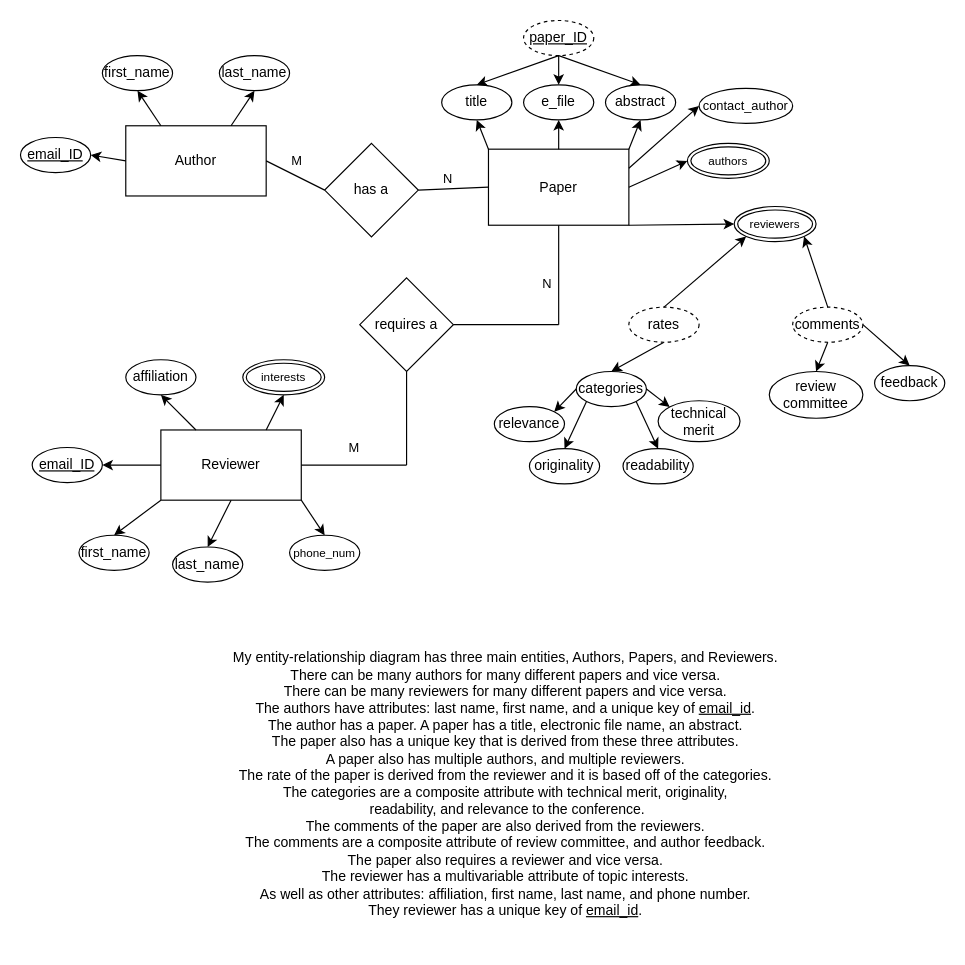
Above: Untitled Diagram.drawio in Jkouj/CSC_436 (draw.io), before the change. Source tidied: cells renumbered, new cells numbered last; positions are measured from the earlier drawing's top-left corner, leaving out a move shared by most shapes. Both pictures are drawn from the tidied source at 117%, with x=0, y=0 at pixel (20, 20).
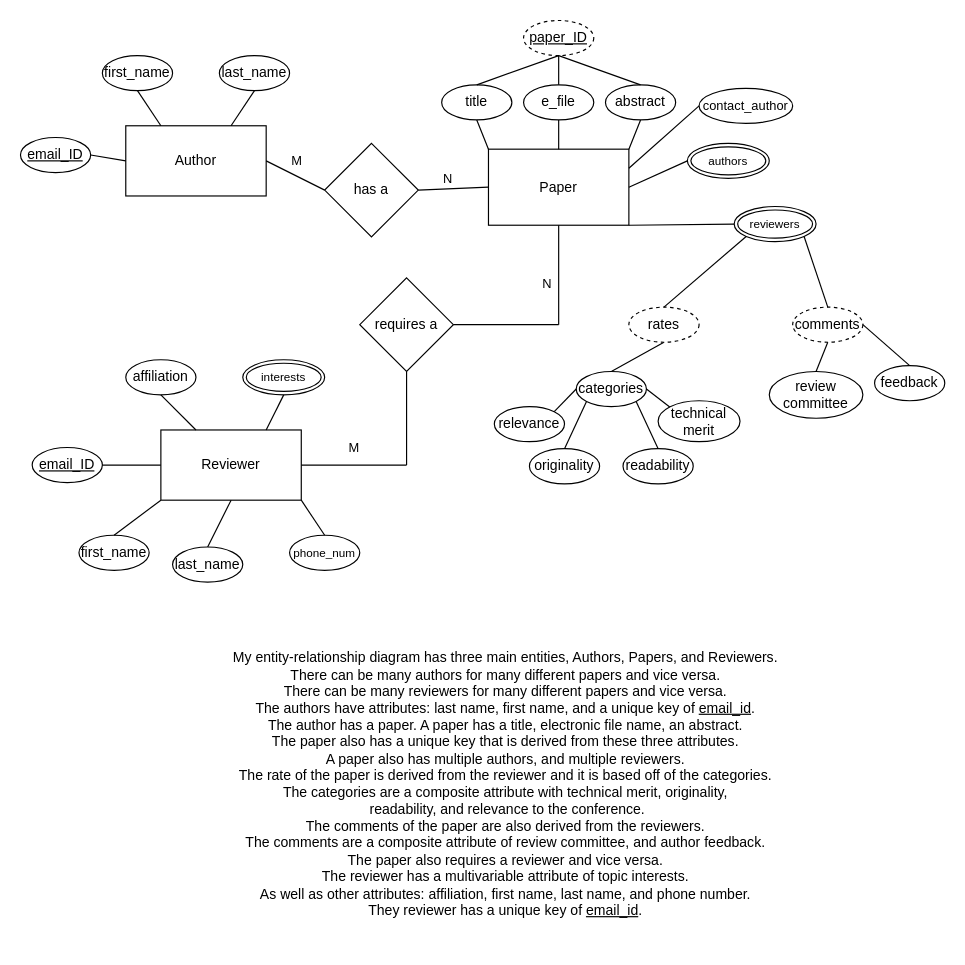
The same diagram, later.

The change refers to these unchanged cells:
```xml
<mxCell id="2" value="Author" style="rounded=0;whiteSpace=wrap;html=1;" parent="1" vertex="1">
<mxCell id="3" value="&lt;u&gt;email_ID&lt;/u&gt;" style="ellipse;whiteSpace=wrap;html=1;" parent="1" vertex="1">
<mxCell id="4" value="first_name" style="ellipse;whiteSpace=wrap;html=1;" parent="1" vertex="1">
<mxCell id="5" value="last_name" style="ellipse;whiteSpace=wrap;html=1;" parent="1" vertex="1">
<mxCell id="7" value="Paper" style="rounded=0;whiteSpace=wrap;html=1;" parent="1" vertex="1">
<mxCell id="8" value="abstract" style="ellipse;whiteSpace=wrap;html=1;" parent="1" vertex="1">
<mxCell id="9" value="title" style="ellipse;whiteSpace=wrap;html=1;" parent="1" vertex="1">
<mxCell id="10" value="e_file" style="ellipse;whiteSpace=wrap;html=1;" parent="1" vertex="1">
<mxCell id="11" value="&lt;u&gt;paper_ID&lt;/u&gt;" style="ellipse;whiteSpace=wrap;html=1;dashed=1;" parent="1" vertex="1">
<mxCell id="18" value="Reviewer" style="rounded=0;whiteSpace=wrap;html=1;" parent="1" vertex="1">
<mxCell id="20" value="&lt;u&gt;email_ID&lt;/u&gt;" style="ellipse;whiteSpace=wrap;html=1;" parent="1" vertex="1">
<mxCell id="21" value="first_name" style="ellipse;whiteSpace=wrap;html=1;" parent="1" vertex="1">
<mxCell id="22" value="&lt;font style=&quot;font-size: 10px;&quot;&gt;phone_num&lt;/font&gt;" style="ellipse;whiteSpace=wrap;html=1;" parent="1" vertex="1">
<mxCell id="23" value="last_name" style="ellipse;whiteSpace=wrap;html=1;" parent="1" vertex="1">
<mxCell id="24" value="affiliation" style="ellipse;whiteSpace=wrap;html=1;" parent="1" vertex="1">
<mxCell id="25" value="interests" style="ellipse;shape=doubleEllipse;margin=3;whiteSpace=wrap;html=1;align=center;fontSize=10;" parent="1" vertex="1">
<mxCell id="26" value="reviewers" style="ellipse;shape=doubleEllipse;margin=3;whiteSpace=wrap;html=1;align=center;fontSize=10;" parent="1" vertex="1">
<mxCell id="27" value="authors" style="ellipse;shape=doubleEllipse;margin=3;whiteSpace=wrap;html=1;align=center;fontSize=10;" parent="1" vertex="1">
<mxCell id="28" value="&lt;font style=&quot;font-size: 11px;&quot;&gt;contact_author&lt;/font&gt;" style="ellipse;whiteSpace=wrap;html=1;" parent="1" vertex="1">
<mxCell id="33" value="rates" style="ellipse;whiteSpace=wrap;html=1;dashed=1;" parent="1" vertex="1">
<mxCell id="34" value="categories" style="ellipse;whiteSpace=wrap;html=1;" parent="1" vertex="1">
<mxCell id="35" value="readability" style="ellipse;whiteSpace=wrap;html=1;" parent="1" vertex="1">
<mxCell id="36" value="originality" style="ellipse;whiteSpace=wrap;html=1;" parent="1" vertex="1">
<mxCell id="37" value="relevance" style="ellipse;whiteSpace=wrap;html=1;" parent="1" vertex="1">
<mxCell id="38" value="technical merit" style="ellipse;whiteSpace=wrap;html=1;" parent="1" vertex="1">
<mxCell id="46" value="comments" style="ellipse;whiteSpace=wrap;html=1;dashed=1;" parent="1" vertex="1">
<mxCell id="47" value="review committee" style="ellipse;whiteSpace=wrap;html=1;" parent="1" vertex="1">
<mxCell id="48" value="feedback" style="ellipse;whiteSpace=wrap;html=1;" parent="1" vertex="1">
```

What changed in the source:
```diff
@@
-    <mxCell id="12" style="endArrow=classic;html=1;rounded=0;exitX=0.5;exitY=1;exitDx=0;exitDy=0;entryX=0.5;entryY=0;entryDx=0;entryDy=0;" parent="1" edge="1" source="11" target="9">
+    <mxCell id="12" style="endArrow=none;html=1;rounded=0;exitX=0.5;exitY=1;exitDx=0;exitDy=0;entryX=0.5;entryY=0;entryDx=0;entryDy=0;endFill=0;" parent="1" edge="1" source="11" target="9">
       <mxGeometry relative="1" as="geometry" />
     </mxCell>
-    <mxCell id="13" style="endArrow=classic;html=1;rounded=0;exitX=0.5;exitY=1;exitDx=0;exitDy=0;entryX=0.5;entryY=0;entryDx=0;entryDy=0;" parent="1" edge="1" source="11" target="10">
+    <mxCell id="13" style="endArrow=none;html=1;rounded=0;exitX=0.5;exitY=1;exitDx=0;exitDy=0;entryX=0.5;entryY=0;entryDx=0;entryDy=0;endFill=0;" parent="1" edge="1" source="11" target="10">
       <mxGeometry relative="1" as="geometry" />
     </mxCell>
-    <mxCell id="14" style="endArrow=classic;html=1;rounded=0;exitX=0.5;exitY=1;exitDx=0;exitDy=0;entryX=0.5;entryY=0;entryDx=0;entryDy=0;" parent="1" edge="1" source="11" target="8">
+    <mxCell id="14" style="endArrow=none;html=1;rounded=0;exitX=0.5;exitY=1;exitDx=0;exitDy=0;entryX=0.5;entryY=0;entryDx=0;entryDy=0;endFill=0;" parent="1" edge="1" source="11" target="8">
       <mxGeometry relative="1" as="geometry" />
     </mxCell>
-    <mxCell id="15" style="edgeStyle=none;jettySize=auto;html=1;rounded=0;exitX=1;exitY=0;exitDx=0;exitDy=0;entryX=0.5;entryY=1;entryDx=0;entryDy=0;" parent="1" edge="1" source="7" target="8">
+    <mxCell id="15" style="edgeStyle=none;jettySize=auto;html=1;rounded=0;exitX=1;exitY=0;exitDx=0;exitDy=0;entryX=0.5;entryY=1;entryDx=0;entryDy=0;endArrow=none;endFill=0;" parent="1" edge="1" source="7" target="8">
       <mxGeometry relative="1" as="geometry" />
     </mxCell>
-    <mxCell id="16" style="edgeStyle=none;jettySize=auto;html=1;rounded=0;exitX=0.5;exitY=0;exitDx=0;exitDy=0;entryX=0.5;entryY=1;entryDx=0;entryDy=0;" parent="1" edge="1" source="7" target="10">
+    <mxCell id="16" style="edgeStyle=none;jettySize=auto;html=1;rounded=0;exitX=0.5;exitY=0;exitDx=0;exitDy=0;entryX=0.5;entryY=1;entryDx=0;entryDy=0;endArrow=none;endFill=0;" parent="1" edge="1" source="7" target="10">
       <mxGeometry relative="1" as="geometry" />
     </mxCell>
-    <mxCell id="17" style="edgeStyle=none;jettySize=auto;html=1;rounded=0;entryX=0.5;entryY=1;entryDx=0;entryDy=0;exitX=0;exitY=0;exitDx=0;exitDy=0;" parent="1" edge="1" source="7" target="9">
+    <mxCell id="17" style="edgeStyle=none;jettySize=auto;html=1;rounded=0;entryX=0.5;entryY=1;entryDx=0;entryDy=0;exitX=0;exitY=0;exitDx=0;exitDy=0;endArrow=none;endFill=0;" parent="1" edge="1" source="7" target="9">
       <mxGeometry relative="1" as="geometry" />
     </mxCell>
@@
-    <mxCell id="29" style="edgeStyle=none;jettySize=auto;html=1;rounded=0;fontSize=11;exitX=1;exitY=0.25;exitDx=0;exitDy=0;entryX=0;entryY=0.5;entryDx=0;entryDy=0;" parent="1" edge="1" source="7" target="28">
+    <mxCell id="29" style="edgeStyle=none;jettySize=auto;html=1;rounded=0;fontSize=11;exitX=1;exitY=0.25;exitDx=0;exitDy=0;entryX=0;entryY=0.5;entryDx=0;entryDy=0;endArrow=none;endFill=0;" parent="1" edge="1" source="7" target="28">
       <mxGeometry relative="1" as="geometry" />
     </mxCell>
-    <mxCell id="30" style="edgeStyle=none;jettySize=auto;html=1;rounded=0;fontSize=11;exitX=1;exitY=0.5;exitDx=0;exitDy=0;entryX=0;entryY=0.5;entryDx=0;entryDy=0;" parent="1" edge="1" source="7" target="27">
+    <mxCell id="30" style="edgeStyle=none;jettySize=auto;html=1;rounded=0;fontSize=11;exitX=1;exitY=0.5;exitDx=0;exitDy=0;entryX=0;entryY=0.5;entryDx=0;entryDy=0;endArrow=none;endFill=0;" parent="1" edge="1" source="7" target="27">
       <mxGeometry relative="1" as="geometry" />
     </mxCell>
-    <mxCell id="31" style="edgeStyle=none;jettySize=auto;html=1;rounded=0;fontSize=11;exitX=1;exitY=1;exitDx=0;exitDy=0;entryX=0;entryY=0.5;entryDx=0;entryDy=0;" parent="1" edge="1" source="7" target="26">
+    <mxCell id="31" style="edgeStyle=none;jettySize=auto;html=1;rounded=0;fontSize=11;exitX=1;exitY=1;exitDx=0;exitDy=0;entryX=0;entryY=0.5;entryDx=0;entryDy=0;endArrow=none;endFill=0;" parent="1" edge="1" source="7" target="26">
       <mxGeometry relative="1" as="geometry" />
     </mxCell>
-    <mxCell id="32" style="edgeStyle=none;jettySize=auto;html=1;rounded=0;fontSize=11;entryX=0.5;entryY=0;entryDx=0;entryDy=0;exitX=0.5;exitY=1;exitDx=0;exitDy=0;" parent="1" edge="1" source="33" target="34">
+    <mxCell id="32" style="edgeStyle=none;jettySize=auto;html=1;rounded=0;fontSize=11;entryX=0.5;entryY=0;entryDx=0;entryDy=0;exitX=0.5;exitY=1;exitDx=0;exitDy=0;endArrow=none;endFill=0;" parent="1" edge="1" source="33" target="34">
       <mxGeometry relative="1" as="geometry" />
     </mxCell>
@@
-    <mxCell id="39" style="edgeStyle=none;jettySize=auto;html=1;rounded=0;fontSize=11;exitX=0;exitY=0.5;exitDx=0;exitDy=0;entryX=1;entryY=0;entryDx=0;entryDy=0;" parent="1" edge="1" source="34" target="37">
+    <mxCell id="39" style="edgeStyle=none;jettySize=auto;html=1;rounded=0;fontSize=11;exitX=0;exitY=0.5;exitDx=0;exitDy=0;entryX=1;entryY=0;entryDx=0;entryDy=0;endArrow=none;endFill=0;" parent="1" edge="1" source="34" target="37">
       <mxGeometry relative="1" as="geometry" />
     </mxCell>
-    <mxCell id="40" style="edgeStyle=none;jettySize=auto;html=1;rounded=0;fontSize=11;exitX=1;exitY=1;exitDx=0;exitDy=0;entryX=0.5;entryY=0;entryDx=0;entryDy=0;" parent="1" edge="1" source="34" target="35">
+    <mxCell id="40" style="edgeStyle=none;jettySize=auto;html=1;rounded=0;fontSize=11;exitX=1;exitY=1;exitDx=0;exitDy=0;entryX=0.5;entryY=0;entryDx=0;entryDy=0;endArrow=none;endFill=0;" parent="1" edge="1" source="34" target="35">
       <mxGeometry relative="1" as="geometry" />
     </mxCell>
-    <mxCell id="41" style="edgeStyle=none;jettySize=auto;html=1;rounded=0;fontSize=11;exitX=0;exitY=1;exitDx=0;exitDy=0;entryX=0.5;entryY=0;entryDx=0;entryDy=0;" parent="1" edge="1" source="34" target="36">
+    <mxCell id="41" style="edgeStyle=none;jettySize=auto;html=1;rounded=0;fontSize=11;exitX=0;exitY=1;exitDx=0;exitDy=0;entryX=0.5;entryY=0;entryDx=0;entryDy=0;endArrow=none;endFill=0;" parent="1" edge="1" source="34" target="36">
       <mxGeometry relative="1" as="geometry" />
     </mxCell>
-    <mxCell id="42" style="edgeStyle=none;jettySize=auto;html=1;rounded=0;fontSize=11;exitX=1;exitY=0.5;exitDx=0;exitDy=0;entryX=0;entryY=0;entryDx=0;entryDy=0;" parent="1" edge="1" source="34" target="38">
+    <mxCell id="42" style="edgeStyle=none;jettySize=auto;html=1;rounded=0;fontSize=11;exitX=1;exitY=0.5;exitDx=0;exitDy=0;entryX=0;entryY=0;entryDx=0;entryDy=0;endArrow=none;endFill=0;" parent="1" edge="1" source="34" target="38">
       <mxGeometry relative="1" as="geometry" />
     </mxCell>
-    <mxCell id="43" style="edgeStyle=none;jettySize=auto;html=1;rounded=0;fontSize=11;exitX=0;exitY=0.5;exitDx=0;exitDy=0;entryX=1;entryY=0.5;entryDx=0;entryDy=0;" parent="1" edge="1" source="2" target="3">
+    <mxCell id="43" style="edgeStyle=none;jettySize=auto;html=1;rounded=0;fontSize=11;exitX=0;exitY=0.5;exitDx=0;exitDy=0;entryX=1;entryY=0.5;entryDx=0;entryDy=0;endArrow=none;endFill=0;" parent="1" edge="1" source="2" target="3">
       <mxGeometry relative="1" as="geometry" />
     </mxCell>
-    <mxCell id="44" style="edgeStyle=none;jettySize=auto;html=1;rounded=0;fontSize=11;exitX=0.25;exitY=0;exitDx=0;exitDy=0;entryX=0.5;entryY=1;entryDx=0;entryDy=0;" parent="1" edge="1" source="2" target="4">
+    <mxCell id="44" style="edgeStyle=none;jettySize=auto;html=1;rounded=0;fontSize=11;exitX=0.25;exitY=0;exitDx=0;exitDy=0;entryX=0.5;entryY=1;entryDx=0;entryDy=0;endArrow=none;endFill=0;" parent="1" edge="1" source="2" target="4">
       <mxGeometry relative="1" as="geometry" />
     </mxCell>
-    <mxCell id="45" style="edgeStyle=none;jettySize=auto;html=1;rounded=0;fontSize=11;exitX=0.75;exitY=0;exitDx=0;exitDy=0;entryX=0.5;entryY=1;entryDx=0;entryDy=0;" parent="1" edge="1" source="2" target="5">
+    <mxCell id="45" style="edgeStyle=none;jettySize=auto;html=1;rounded=0;fontSize=11;exitX=0.75;exitY=0;exitDx=0;exitDy=0;entryX=0.5;entryY=1;entryDx=0;entryDy=0;endArrow=none;endFill=0;" parent="1" edge="1" source="2" target="5">
       <mxGeometry relative="1" as="geometry" />
     </mxCell>
@@
-    <mxCell id="49" style="edgeStyle=none;jettySize=auto;html=1;rounded=0;fontSize=11;exitX=0.5;exitY=1;exitDx=0;exitDy=0;entryX=0.5;entryY=0;entryDx=0;entryDy=0;" parent="1" edge="1" source="46" target="47">
+    <mxCell id="49" style="edgeStyle=none;jettySize=auto;html=1;rounded=0;fontSize=11;exitX=0.5;exitY=1;exitDx=0;exitDy=0;entryX=0.5;entryY=0;entryDx=0;entryDy=0;endArrow=none;endFill=0;" parent="1" edge="1" source="46" target="47">
       <mxGeometry relative="1" as="geometry" />
     </mxCell>
-    <mxCell id="50" style="edgeStyle=none;jettySize=auto;html=1;rounded=0;fontSize=11;exitX=1;exitY=0.5;exitDx=0;exitDy=0;entryX=0.5;entryY=0;entryDx=0;entryDy=0;" parent="1" edge="1" source="46" target="48">
+    <mxCell id="50" style="edgeStyle=none;jettySize=auto;html=1;rounded=0;fontSize=11;exitX=1;exitY=0.5;exitDx=0;exitDy=0;entryX=0.5;entryY=0;entryDx=0;entryDy=0;endArrow=none;endFill=0;" parent="1" edge="1" source="46" target="48">
       <mxGeometry relative="1" as="geometry" />
     </mxCell>
@@
-    <mxCell id="62" style="edgeStyle=none;jettySize=auto;html=1;rounded=0;exitX=1;exitY=1;exitDx=0;exitDy=0;entryX=0.5;entryY=0;entryDx=0;entryDy=0;" parent="1" edge="1" source="18" target="22">
+    <mxCell id="62" style="edgeStyle=none;jettySize=auto;html=1;rounded=0;exitX=1;exitY=1;exitDx=0;exitDy=0;entryX=0.5;entryY=0;entryDx=0;entryDy=0;endArrow=none;endFill=0;" parent="1" edge="1" source="18" target="22">
       <mxGeometry relative="1" as="geometry" />
     </mxCell>
-    <mxCell id="63" style="edgeStyle=none;jettySize=auto;html=1;rounded=0;exitX=0.5;exitY=1;exitDx=0;exitDy=0;entryX=0.5;entryY=0;entryDx=0;entryDy=0;" parent="1" edge="1" source="18" target="23">
+    <mxCell id="63" style="edgeStyle=none;jettySize=auto;html=1;rounded=0;exitX=0.5;exitY=1;exitDx=0;exitDy=0;entryX=0.5;entryY=0;entryDx=0;entryDy=0;endArrow=none;endFill=0;" parent="1" edge="1" source="18" target="23">
       <mxGeometry relative="1" as="geometry" />
     </mxCell>
-    <mxCell id="64" style="edgeStyle=none;jettySize=auto;html=1;rounded=0;exitX=0;exitY=1;exitDx=0;exitDy=0;entryX=0.5;entryY=0;entryDx=0;entryDy=0;" parent="1" edge="1" source="18" target="21">
+    <mxCell id="64" style="edgeStyle=none;jettySize=auto;html=1;rounded=0;exitX=0;exitY=1;exitDx=0;exitDy=0;entryX=0.5;entryY=0;entryDx=0;entryDy=0;endArrow=none;endFill=0;" parent="1" edge="1" source="18" target="21">
       <mxGeometry relative="1" as="geometry" />
     </mxCell>
-    <mxCell id="65" style="edgeStyle=none;jettySize=auto;html=1;rounded=0;exitX=0;exitY=0.5;exitDx=0;exitDy=0;entryX=1;entryY=0.5;entryDx=0;entryDy=0;" parent="1" edge="1" source="18" target="20">
+    <mxCell id="65" style="edgeStyle=none;jettySize=auto;html=1;rounded=0;exitX=0;exitY=0.5;exitDx=0;exitDy=0;entryX=1;entryY=0.5;entryDx=0;entryDy=0;endArrow=none;endFill=0;" parent="1" edge="1" source="18" target="20">
       <mxGeometry relative="1" as="geometry" />
     </mxCell>
-    <mxCell id="66" style="edgeStyle=none;jettySize=auto;html=1;rounded=0;entryX=0.5;entryY=1;entryDx=0;entryDy=0;exitX=0.25;exitY=0;exitDx=0;exitDy=0;" parent="1" edge="1" source="18" target="24">
+    <mxCell id="66" style="edgeStyle=none;jettySize=auto;html=1;rounded=0;entryX=0.5;entryY=1;entryDx=0;entryDy=0;exitX=0.25;exitY=0;exitDx=0;exitDy=0;endArrow=none;endFill=0;" parent="1" edge="1" source="18" target="24">
       <mxGeometry relative="1" as="geometry" />
     </mxCell>
-    <mxCell id="67" style="edgeStyle=none;jettySize=auto;html=1;rounded=0;exitX=0.75;exitY=0;exitDx=0;exitDy=0;entryX=0.5;entryY=1;entryDx=0;entryDy=0;" parent="1" edge="1" source="18" target="25">
+    <mxCell id="67" style="edgeStyle=none;jettySize=auto;html=1;rounded=0;exitX=0.75;exitY=0;exitDx=0;exitDy=0;entryX=0.5;entryY=1;entryDx=0;entryDy=0;endArrow=none;endFill=0;" parent="1" edge="1" source="18" target="25">
       <mxGeometry relative="1" as="geometry" />
     </mxCell>
-    <mxCell id="68" style="edgeStyle=none;jettySize=auto;html=1;rounded=0;exitX=0.5;exitY=0;exitDx=0;exitDy=0;entryX=0;entryY=1;entryDx=0;entryDy=0;" parent="1" edge="1" source="33" target="26">
+    <mxCell id="68" style="edgeStyle=none;jettySize=auto;html=1;rounded=0;exitX=0.5;exitY=0;exitDx=0;exitDy=0;entryX=0;entryY=1;entryDx=0;entryDy=0;endArrow=none;endFill=0;" parent="1" edge="1" source="33" target="26">
       <mxGeometry relative="1" as="geometry" />
     </mxCell>
-    <mxCell id="69" style="edgeStyle=none;jettySize=auto;html=1;rounded=0;exitX=0.5;exitY=0;exitDx=0;exitDy=0;entryX=1;entryY=1;entryDx=0;entryDy=0;" parent="1" edge="1" source="46" target="26">
+    <mxCell id="69" style="edgeStyle=none;jettySize=auto;html=1;rounded=0;exitX=0.5;exitY=0;exitDx=0;exitDy=0;entryX=1;entryY=1;entryDx=0;entryDy=0;endArrow=none;endFill=0;" parent="1" edge="1" source="46" target="26">
       <mxGeometry relative="1" as="geometry" />
     </mxCell>
```
